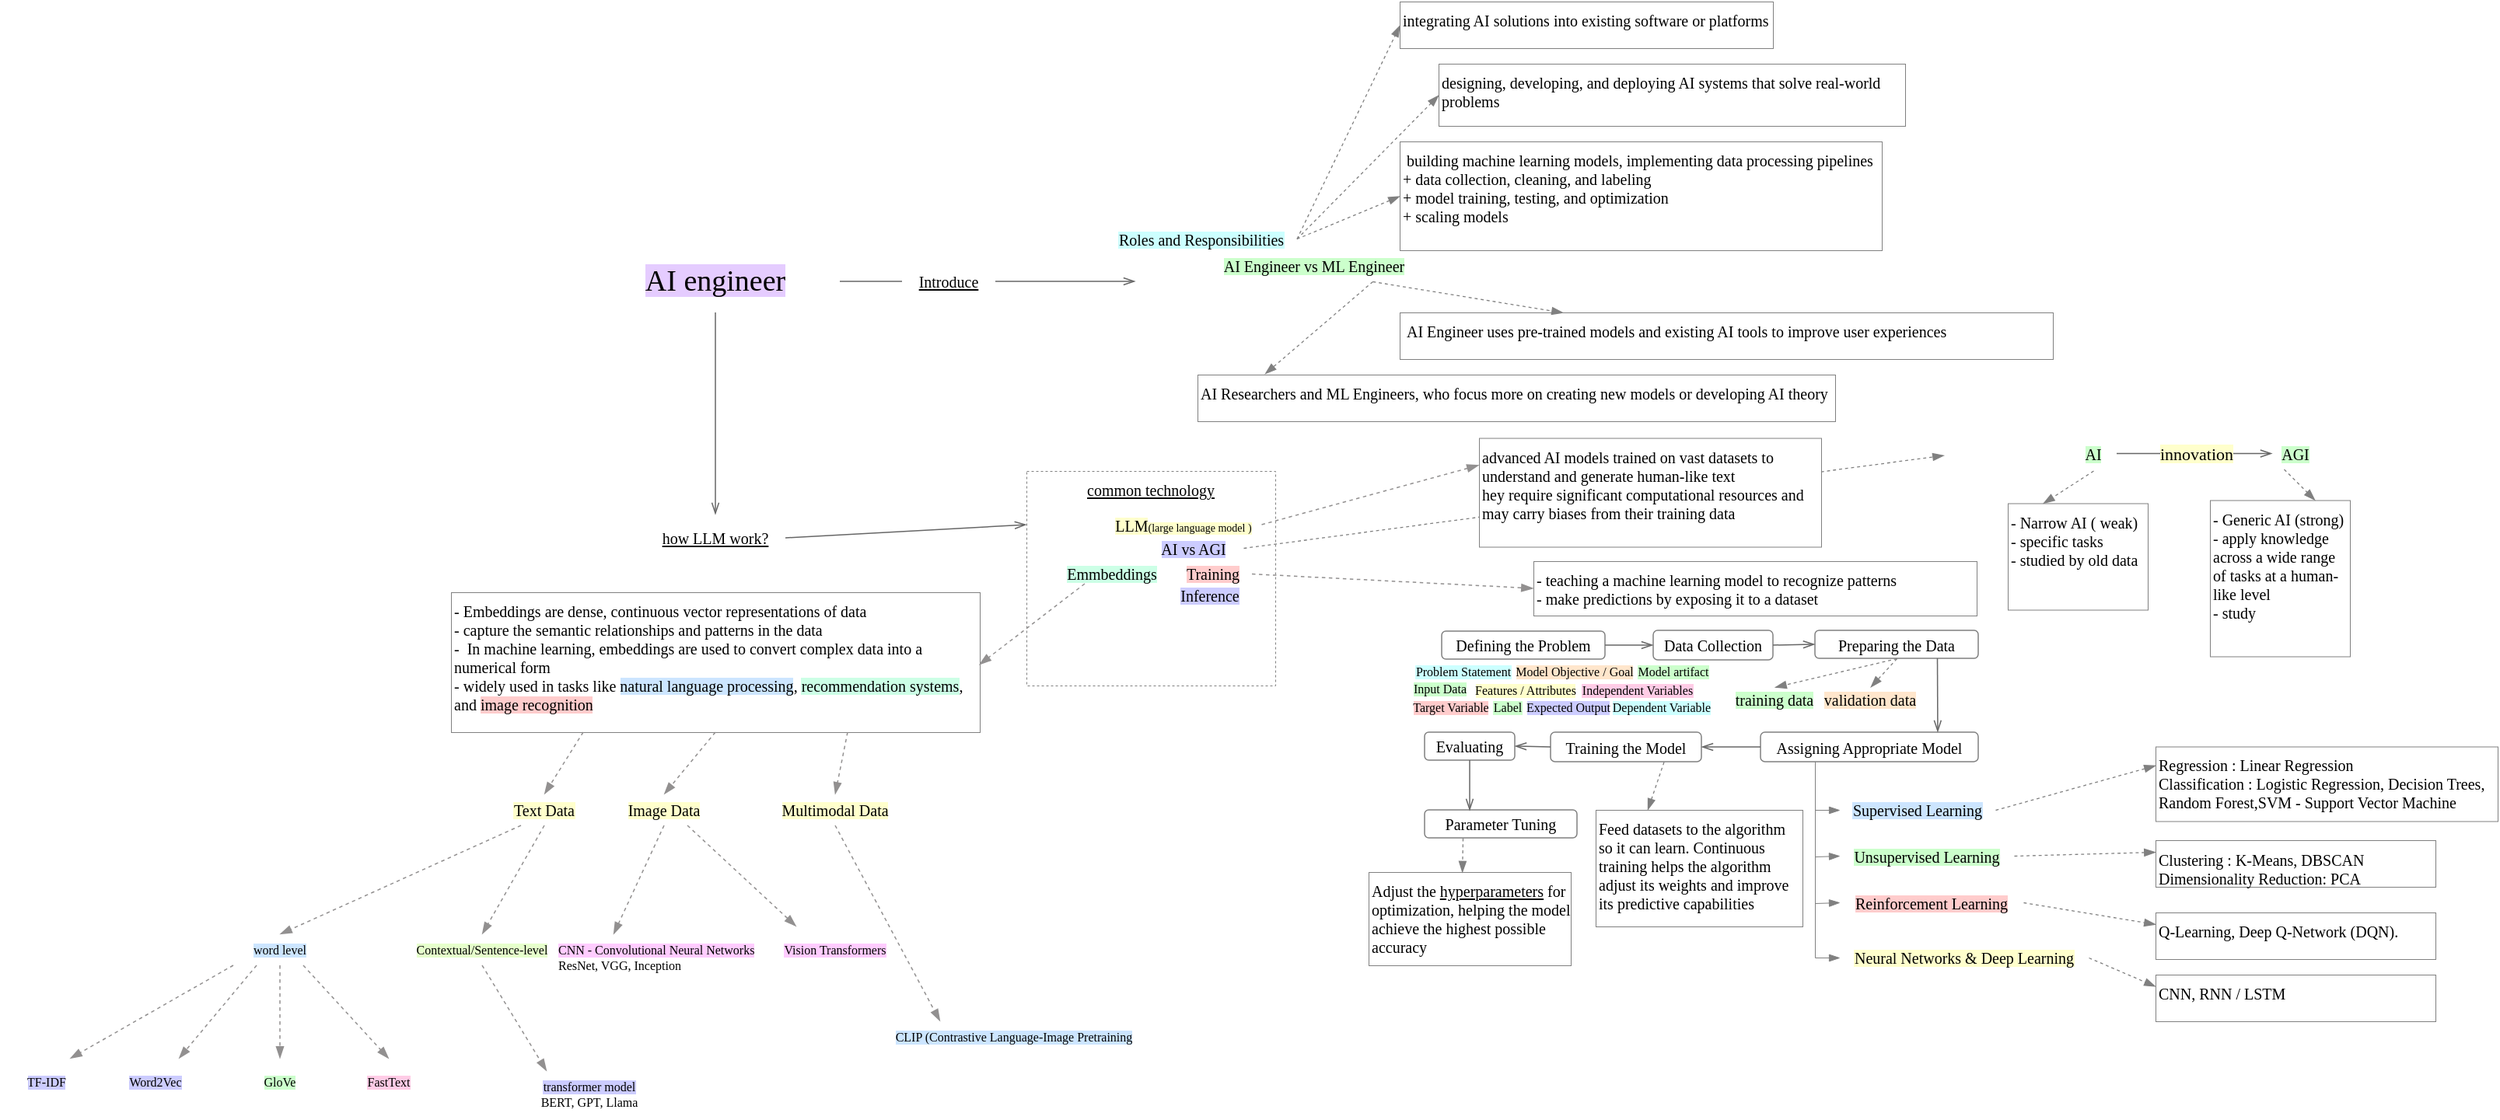
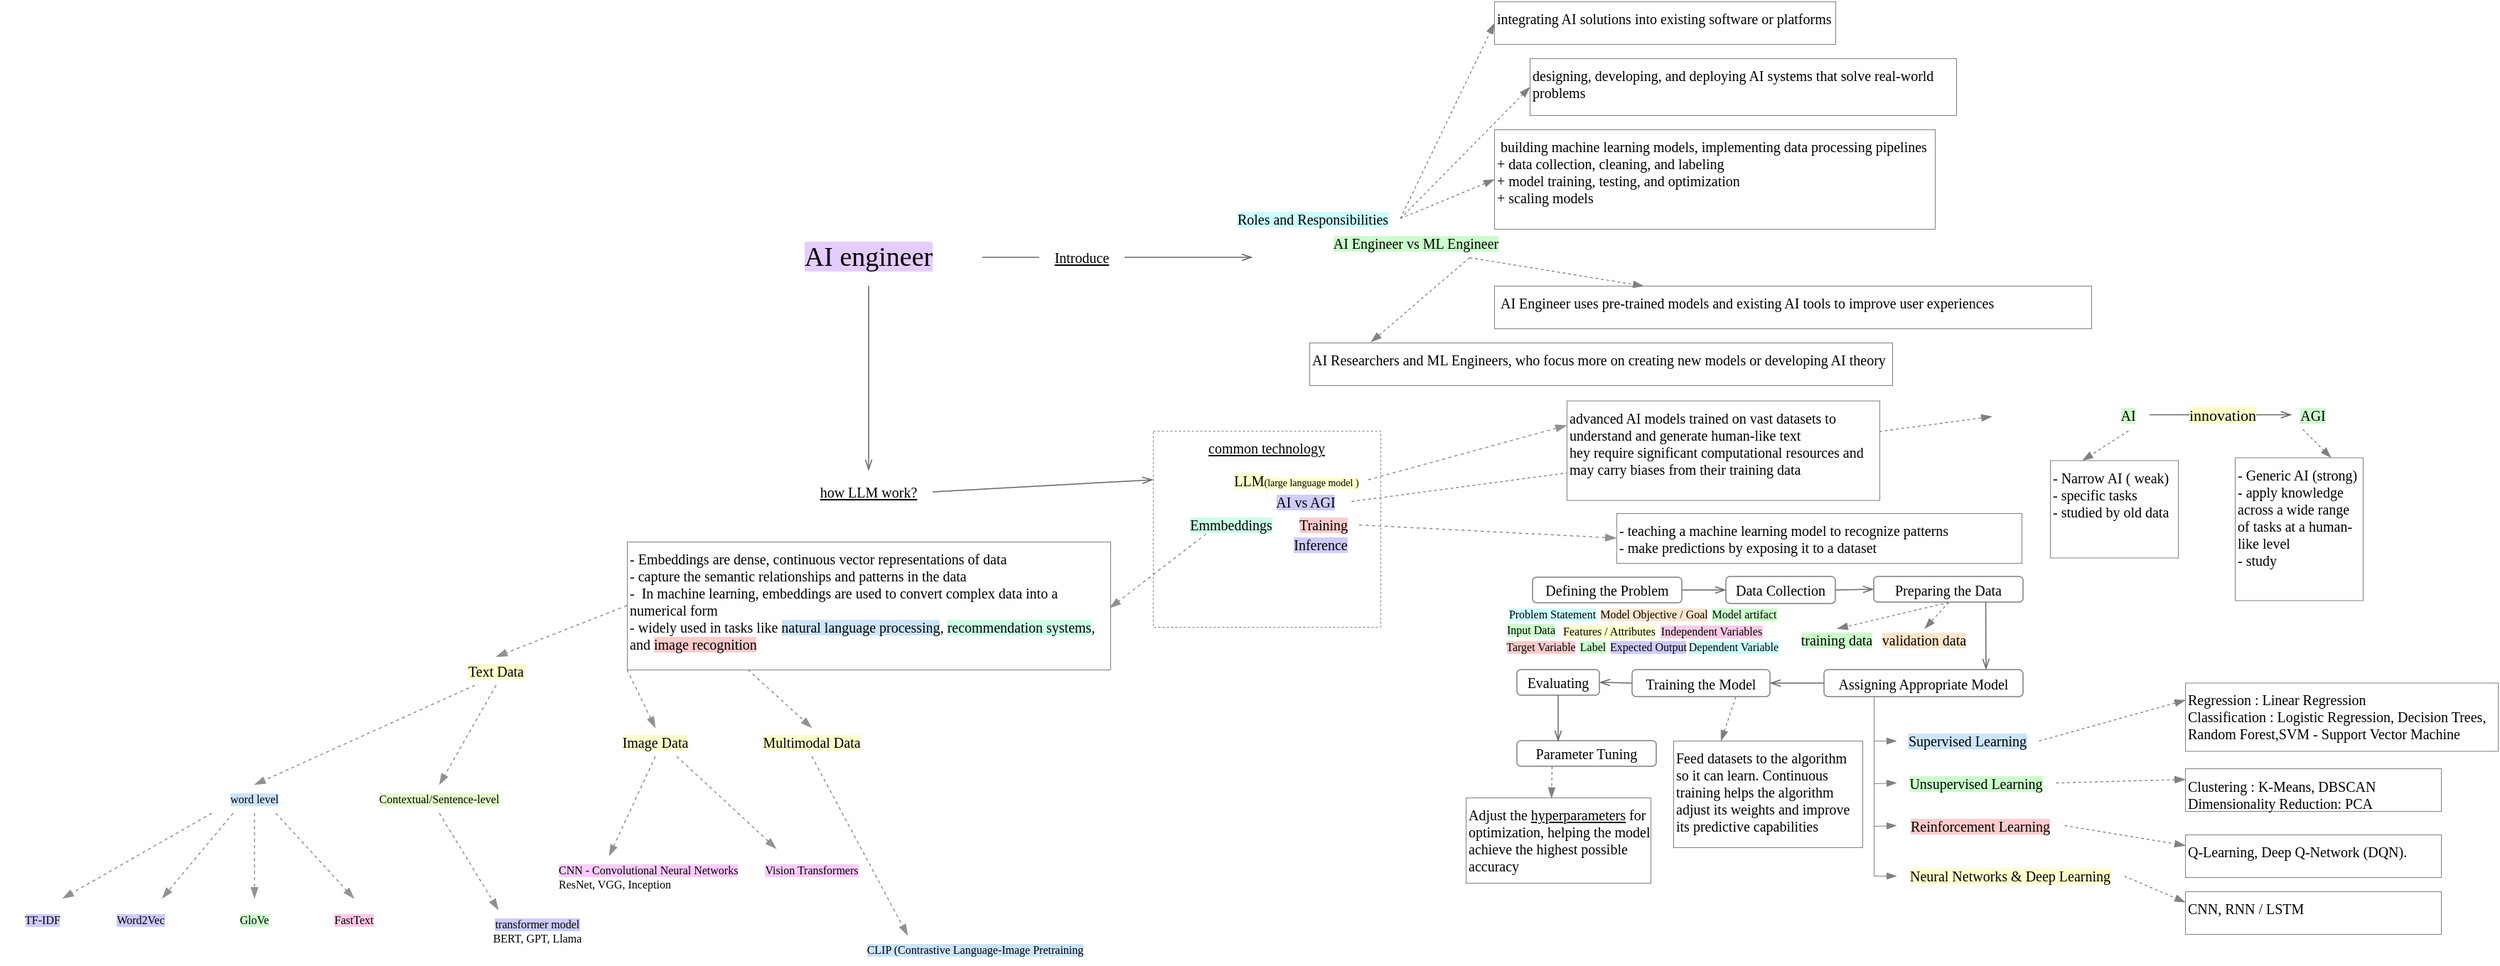
<mxfile host="app.diagrams.net" agent="Mozilla/5.0 (Macintosh; Intel Mac OS X 10_15_7) AppleWebKit/537.36 (KHTML, like Gecko) draw.io/29.3.0 Chrome/140.0.7339.249 Electron/38.7.2 Safari/537.36">
  <diagram name="Page-1" id="n3nyEJ4kgbD7jWuKOy95">
-     <mxGraphModel dx="1922" dy="897" grid="1" gridSize="10" guides="1" tooltips="1" connect="1" arrows="1" fold="1" page="1" pageScale="1" pageWidth="827" pageHeight="1169" math="0" shadow="0">
+     <mxGraphModel dx="2415" dy="741" grid="1" gridSize="10" guides="1" tooltips="1" connect="1" arrows="1" fold="1" page="1" pageScale="1" pageWidth="827" pageHeight="1169" math="0" shadow="0">
      <root>
        <mxCell id="0" />
        <mxCell id="1" parent="0" />
        <mxCell id="48Jv2C9wjBzbgeSbcpPr-1" parent="1" style="text;html=1;whiteSpace=wrap;strokeColor=none;fillColor=none;align=center;verticalAlign=middle;rounded=0;fontFamily=Comic Sans MS;fontSize=19;" value="&lt;span style=&quot;background-color: rgb(229, 204, 255);&quot;&gt;AI engineer&lt;/span&gt;" vertex="1">
          <mxGeometry height="40" width="160" x="400" y="360" as="geometry" />
        </mxCell>
        <mxCell id="48Jv2C9wjBzbgeSbcpPr-3" parent="1" style="text;html=1;whiteSpace=wrap;strokeColor=none;fillColor=none;align=center;verticalAlign=middle;rounded=0;fontFamily=Comic Sans MS;fontSize=10;fontStyle=4" value="how LLM work?" vertex="1">
          <mxGeometry height="30" width="90" x="435" y="530" as="geometry" />
        </mxCell>
        <mxCell id="48Jv2C9wjBzbgeSbcpPr-6" edge="1" parent="1" source="48Jv2C9wjBzbgeSbcpPr-1" style="endArrow=openThin;html=1;rounded=0;strokeWidth=0.75;endFill=0;strokeColor=#666666;exitX=0.5;exitY=1;exitDx=0;exitDy=0;entryX=0.5;entryY=0;entryDx=0;entryDy=0;fontFamily=Comic Sans MS;" target="48Jv2C9wjBzbgeSbcpPr-3" value="">
          <mxGeometry height="50" relative="1" width="50" as="geometry">
            <mxPoint x="390" y="450" as="sourcePoint" />
            <mxPoint x="440" y="400" as="targetPoint" />
          </mxGeometry>
        </mxCell>
        <mxCell id="48Jv2C9wjBzbgeSbcpPr-8" parent="1" style="text;html=1;whiteSpace=wrap;strokeColor=none;fillColor=none;align=center;verticalAlign=middle;rounded=0;fontFamily=Comic Sans MS;fontSize=10;fontStyle=4" value="Introduce" vertex="1">
          <mxGeometry height="30" width="60" x="600" y="365" as="geometry" />
        </mxCell>
        <mxCell id="48Jv2C9wjBzbgeSbcpPr-9" edge="1" parent="1" source="48Jv2C9wjBzbgeSbcpPr-1" style="endArrow=none;html=1;rounded=0;strokeWidth=0.75;endFill=0;strokeColor=#666666;entryX=0;entryY=0.5;entryDx=0;entryDy=0;exitX=1;exitY=0.5;exitDx=0;exitDy=0;fontFamily=Comic Sans MS;" target="48Jv2C9wjBzbgeSbcpPr-8" value="">
          <mxGeometry height="50" relative="1" width="50" as="geometry">
            <mxPoint x="390" y="450" as="sourcePoint" />
            <mxPoint x="440" y="400" as="targetPoint" />
          </mxGeometry>
        </mxCell>
        <mxCell id="48Jv2C9wjBzbgeSbcpPr-11" edge="1" parent="1" source="48Jv2C9wjBzbgeSbcpPr-8" style="endArrow=openThin;html=1;rounded=0;strokeWidth=0.75;endFill=0;strokeColor=#666666;exitX=1;exitY=0.5;exitDx=0;exitDy=0;fontFamily=Comic Sans MS;" value="">
          <mxGeometry height="50" relative="1" width="50" as="geometry">
            <mxPoint x="590" y="450" as="sourcePoint" />
            <mxPoint x="750" y="380" as="targetPoint" />
          </mxGeometry>
        </mxCell>
        <mxCell id="48Jv2C9wjBzbgeSbcpPr-13" parent="1" style="text;html=1;whiteSpace=wrap;strokeColor=none;fillColor=none;align=center;verticalAlign=middle;rounded=0;fontFamily=Comic Sans MS;fontSize=10;" value="&lt;div&gt;&lt;span style=&quot;background-color: rgb(204, 255, 255);&quot;&gt;Roles and Responsibilities&lt;/span&gt;&lt;/div&gt;" vertex="1">
          <mxGeometry height="15" width="122.5" x="731.25" y="345" as="geometry" />
        </mxCell>
        <mxCell id="48Jv2C9wjBzbgeSbcpPr-14" parent="1" style="rounded=0;whiteSpace=wrap;html=1;fontFamily=Comic Sans MS;strokeWidth=0.5;strokeColor=#808080;align=left;verticalAlign=top;fontSize=10;" value="designing, developing, and deploying AI systems that solve real-world problems" vertex="1">
          <mxGeometry height="40" width="300" x="945" y="240" as="geometry" />
        </mxCell>
        <mxCell id="48Jv2C9wjBzbgeSbcpPr-15" parent="1" style="rounded=0;whiteSpace=wrap;html=1;fontFamily=Comic Sans MS;strokeWidth=0.5;strokeColor=#808080;align=left;verticalAlign=top;fontSize=10;" value="&amp;nbsp;building machine learning models, implementing data processing pipelines&lt;div&gt;+&amp;nbsp;data collection, cleaning, and labeling&lt;/div&gt;&lt;div&gt;+&amp;nbsp;model training, testing, and optimization&lt;/div&gt;&lt;div&gt;+&amp;nbsp;scaling models&lt;/div&gt;" vertex="1">
          <mxGeometry height="70" width="310" x="920" y="290" as="geometry" />
        </mxCell>
        <mxCell id="48Jv2C9wjBzbgeSbcpPr-16" parent="1" style="rounded=0;whiteSpace=wrap;html=1;fontFamily=Comic Sans MS;strokeWidth=0.5;strokeColor=#808080;align=left;verticalAlign=top;fontSize=10;" value="integrating AI solutions into existing software or platforms" vertex="1">
          <mxGeometry height="30" width="240" x="920" y="200" as="geometry" />
        </mxCell>
        <mxCell id="48Jv2C9wjBzbgeSbcpPr-17" edge="1" parent="1" source="48Jv2C9wjBzbgeSbcpPr-13" style="endArrow=blockThin;html=1;rounded=0;strokeColor=#808080;endFill=1;strokeWidth=0.65;exitX=1;exitY=0.5;exitDx=0;exitDy=0;entryX=0;entryY=0.5;entryDx=0;entryDy=0;dashed=1;fontFamily=Comic Sans MS;" target="48Jv2C9wjBzbgeSbcpPr-15" value="">
          <mxGeometry height="50" relative="1" width="50" as="geometry">
            <mxPoint x="945" y="330" as="sourcePoint" />
            <mxPoint x="920" y="290" as="targetPoint" />
          </mxGeometry>
        </mxCell>
        <mxCell id="48Jv2C9wjBzbgeSbcpPr-18" edge="1" parent="1" source="48Jv2C9wjBzbgeSbcpPr-13" style="endArrow=blockThin;html=1;rounded=0;strokeColor=#808080;endFill=1;strokeWidth=0.65;exitX=1;exitY=0.5;exitDx=0;exitDy=0;entryX=0;entryY=0.5;entryDx=0;entryDy=0;dashed=1;fontFamily=Comic Sans MS;" target="48Jv2C9wjBzbgeSbcpPr-14" value="">
          <mxGeometry height="50" relative="1" width="50" as="geometry">
            <mxPoint x="945" y="330" as="sourcePoint" />
            <mxPoint x="920" y="290" as="targetPoint" />
          </mxGeometry>
        </mxCell>
        <mxCell id="48Jv2C9wjBzbgeSbcpPr-19" edge="1" parent="1" source="48Jv2C9wjBzbgeSbcpPr-13" style="endArrow=blockThin;html=1;rounded=0;strokeColor=#808080;endFill=1;strokeWidth=0.65;exitX=1;exitY=0.5;exitDx=0;exitDy=0;entryX=0;entryY=0.5;entryDx=0;entryDy=0;dashed=1;fontFamily=Comic Sans MS;" target="48Jv2C9wjBzbgeSbcpPr-16" value="">
          <mxGeometry height="50" relative="1" width="50" as="geometry">
            <mxPoint x="945" y="330" as="sourcePoint" />
            <mxPoint x="920" y="290" as="targetPoint" />
          </mxGeometry>
        </mxCell>
        <mxCell id="48Jv2C9wjBzbgeSbcpPr-20" parent="1" style="text;html=1;whiteSpace=wrap;strokeColor=none;fillColor=none;align=center;verticalAlign=middle;rounded=0;fontFamily=Comic Sans MS;fontSize=10;" value="&lt;span style=&quot;background-color: rgb(204, 255, 204);&quot;&gt;AI Engineer vs ML Engineer&lt;/span&gt;" vertex="1">
          <mxGeometry height="20" width="150" x="790" y="360" as="geometry" />
        </mxCell>
        <mxCell id="48Jv2C9wjBzbgeSbcpPr-21" parent="1" style="rounded=0;whiteSpace=wrap;html=1;fontFamily=Comic Sans MS;strokeWidth=0.5;strokeColor=#808080;align=left;verticalAlign=top;fontSize=10;" value="&amp;nbsp;AI Engineer uses pre-trained models and existing AI tools to improve user experiences" vertex="1">
          <mxGeometry height="30" width="420" x="920" y="400" as="geometry" />
        </mxCell>
        <mxCell id="48Jv2C9wjBzbgeSbcpPr-22" parent="1" style="rounded=0;whiteSpace=wrap;html=1;fontFamily=Comic Sans MS;strokeWidth=0.5;strokeColor=#808080;align=left;verticalAlign=top;fontSize=10;" value="AI Researchers and ML Engineers, who focus more on creating new models or developing AI theory" vertex="1">
          <mxGeometry height="30" width="410" x="790" y="440" as="geometry" />
        </mxCell>
        <mxCell id="48Jv2C9wjBzbgeSbcpPr-23" edge="1" parent="1" source="48Jv2C9wjBzbgeSbcpPr-20" style="endArrow=blockThin;html=1;rounded=0;strokeColor=#808080;endFill=1;strokeWidth=0.65;exitX=0.75;exitY=1;exitDx=0;exitDy=0;entryX=0.25;entryY=0;entryDx=0;entryDy=0;dashed=1;fontFamily=Comic Sans MS;" target="48Jv2C9wjBzbgeSbcpPr-21" value="">
          <mxGeometry height="50" relative="1" width="50" as="geometry">
            <mxPoint x="705" y="330" as="sourcePoint" />
            <mxPoint x="680" y="290" as="targetPoint" />
          </mxGeometry>
        </mxCell>
        <mxCell id="48Jv2C9wjBzbgeSbcpPr-24" edge="1" parent="1" source="48Jv2C9wjBzbgeSbcpPr-20" style="endArrow=blockThin;html=1;rounded=0;strokeColor=#808080;endFill=1;strokeWidth=0.65;exitX=0.75;exitY=1;exitDx=0;exitDy=0;entryX=0.105;entryY=-0.017;entryDx=0;entryDy=0;dashed=1;entryPerimeter=0;fontFamily=Comic Sans MS;" target="48Jv2C9wjBzbgeSbcpPr-22" value="">
          <mxGeometry height="50" relative="1" width="50" as="geometry">
            <mxPoint x="705" y="330" as="sourcePoint" />
            <mxPoint x="680" y="290" as="targetPoint" />
          </mxGeometry>
        </mxCell>
        <mxCell id="48Jv2C9wjBzbgeSbcpPr-25" parent="1" style="rounded=0;whiteSpace=wrap;html=1;fontFamily=Comic Sans MS;strokeWidth=0.5;strokeColor=#808080;align=center;verticalAlign=top;fontSize=10;dashed=1;" value="&lt;u&gt;common technology&lt;/u&gt;&lt;div&gt;&lt;br&gt;&lt;/div&gt;" vertex="1">
          <mxGeometry height="138" width="160" x="680" y="502" as="geometry" />
        </mxCell>
        <mxCell id="48Jv2C9wjBzbgeSbcpPr-27" parent="1" style="text;html=1;whiteSpace=wrap;strokeColor=none;fillColor=none;align=center;verticalAlign=middle;rounded=0;fontFamily=Comic Sans MS;fontSize=10;" value="&lt;span&gt;&lt;span style=&quot;background-color: light-dark(rgb(204, 204, 255), rgb(0, 43, 0));&quot;&gt;AI vs AGI&lt;/span&gt;&lt;br&gt;&lt;/span&gt;" vertex="1">
          <mxGeometry height="10" width="65" x="754.5" y="546.5" as="geometry" />
        </mxCell>
        <mxCell id="48Jv2C9wjBzbgeSbcpPr-28" edge="1" parent="1" source="48Jv2C9wjBzbgeSbcpPr-3" style="endArrow=openThin;html=1;rounded=0;strokeWidth=0.75;endFill=0;strokeColor=#666666;exitX=1;exitY=0.5;exitDx=0;exitDy=0;entryX=0;entryY=0.25;entryDx=0;entryDy=0;fontFamily=Comic Sans MS;" target="48Jv2C9wjBzbgeSbcpPr-25" value="">
          <mxGeometry height="50" relative="1" width="50" as="geometry">
            <mxPoint x="670" y="630" as="sourcePoint" />
            <mxPoint x="720" y="580" as="targetPoint" />
          </mxGeometry>
        </mxCell>
        <mxCell id="48Jv2C9wjBzbgeSbcpPr-31" edge="1" parent="1" source="48Jv2C9wjBzbgeSbcpPr-27" style="endArrow=blockThin;html=1;rounded=0;strokeColor=#808080;endFill=1;strokeWidth=0.65;exitX=1;exitY=0.5;exitDx=0;exitDy=0;dashed=1;fontFamily=Comic Sans MS;entryX=0;entryY=0.5;entryDx=0;entryDy=0;" value="">
          <mxGeometry height="50" relative="1" width="50" as="geometry">
            <mxPoint x="810" y="536" as="sourcePoint" />
            <mxPoint x="1270" y="491.7500000000001" as="targetPoint" />
          </mxGeometry>
        </mxCell>
        <mxCell id="48Jv2C9wjBzbgeSbcpPr-32" parent="1" style="text;html=1;whiteSpace=wrap;strokeColor=none;fillColor=none;align=center;verticalAlign=middle;rounded=0;fontFamily=Comic Sans MS;fontSize=10;" value="&lt;span style=&quot;background-color: rgb(204, 255, 204);&quot;&gt;&lt;span style=&quot;background-color: light-dark(rgb(204, 255, 204), rgb(0, 43, 0));&quot;&gt;AI&lt;/span&gt;&lt;br&gt;&lt;/span&gt;" vertex="1">
          <mxGeometry height="22" width="30" x="1351" y="479.75" as="geometry" />
        </mxCell>
        <mxCell id="48Jv2C9wjBzbgeSbcpPr-34" parent="1" style="text;html=1;whiteSpace=wrap;strokeColor=none;fillColor=none;align=center;verticalAlign=middle;rounded=0;fontFamily=Comic Sans MS;fontSize=10;" value="&lt;span style=&quot;background-color: rgb(204, 255, 204);&quot;&gt;AGI&lt;/span&gt;" vertex="1">
          <mxGeometry height="20" width="30" x="1481" y="480.75" as="geometry" />
        </mxCell>
        <mxCell id="48Jv2C9wjBzbgeSbcpPr-35" edge="1" parent="1" source="48Jv2C9wjBzbgeSbcpPr-32" style="endArrow=openThin;html=1;rounded=0;strokeWidth=0.75;endFill=0;strokeColor=#666666;exitX=1;exitY=0.5;exitDx=0;exitDy=0;fontFamily=Comic Sans MS;" target="48Jv2C9wjBzbgeSbcpPr-34" value="">
          <mxGeometry height="50" relative="1" width="50" as="geometry">
            <mxPoint x="1391" y="612.75" as="sourcePoint" />
            <mxPoint x="1441" y="562.75" as="targetPoint" />
          </mxGeometry>
        </mxCell>
        <mxCell id="48Jv2C9wjBzbgeSbcpPr-36" connectable="0" parent="48Jv2C9wjBzbgeSbcpPr-35" style="edgeLabel;html=1;align=center;verticalAlign=middle;resizable=0;points=[];fontFamily=Comic Sans MS;" value="&lt;span style=&quot;background-color: rgb(255, 255, 204);&quot;&gt;innovation&lt;/span&gt;" vertex="1">
          <mxGeometry relative="1" x="-0.312" as="geometry">
            <mxPoint x="16" as="offset" />
          </mxGeometry>
        </mxCell>
        <mxCell id="48Jv2C9wjBzbgeSbcpPr-37" parent="1" style="rounded=0;whiteSpace=wrap;html=1;fontFamily=Comic Sans MS;strokeWidth=0.5;strokeColor=#808080;align=left;verticalAlign=top;fontSize=10;" value="- Narrow AI ( weak)&lt;div&gt;-&amp;nbsp;specific tasks&lt;/div&gt;&lt;div&gt;- studied by old data&lt;/div&gt;" vertex="1">
          <mxGeometry height="68.5" width="90" x="1311" y="522.75" as="geometry" />
        </mxCell>
        <mxCell id="48Jv2C9wjBzbgeSbcpPr-38" parent="1" style="rounded=0;whiteSpace=wrap;html=1;fontFamily=Comic Sans MS;strokeWidth=0.5;strokeColor=#808080;align=left;verticalAlign=top;fontSize=10;" value="- Generic AI (strong)&lt;div&gt;-&amp;nbsp;apply knowledge across a wide range of tasks at a human-like level&lt;/div&gt;&lt;div&gt;- study&amp;nbsp;&lt;/div&gt;" vertex="1">
          <mxGeometry height="100.5" width="90" x="1441" y="520.75" as="geometry" />
        </mxCell>
        <mxCell id="48Jv2C9wjBzbgeSbcpPr-39" edge="1" parent="1" source="48Jv2C9wjBzbgeSbcpPr-34" style="endArrow=blockThin;html=1;rounded=0;strokeColor=#808080;endFill=1;strokeWidth=0.65;exitX=0.25;exitY=1;exitDx=0;exitDy=0;entryX=0.75;entryY=0;entryDx=0;entryDy=0;dashed=1;" target="48Jv2C9wjBzbgeSbcpPr-38" value="">
          <mxGeometry height="50" relative="1" width="50" as="geometry">
            <mxPoint x="1456" y="580.75" as="sourcePoint" />
            <mxPoint x="1431" y="540.75" as="targetPoint" />
          </mxGeometry>
        </mxCell>
        <mxCell id="48Jv2C9wjBzbgeSbcpPr-41" edge="1" parent="1" source="48Jv2C9wjBzbgeSbcpPr-32" style="endArrow=blockThin;html=1;rounded=0;strokeColor=#808080;endFill=1;strokeWidth=0.65;exitX=0.5;exitY=1;exitDx=0;exitDy=0;entryX=0.25;entryY=0;entryDx=0;entryDy=0;dashed=1;" target="48Jv2C9wjBzbgeSbcpPr-37" value="">
          <mxGeometry height="50" relative="1" width="50" as="geometry">
            <mxPoint x="1456" y="582.75" as="sourcePoint" />
            <mxPoint x="1431" y="542.75" as="targetPoint" />
          </mxGeometry>
        </mxCell>
        <mxCell id="4Kx2ZGOmUHy-jwn0eLsE-1" parent="1" style="text;html=1;whiteSpace=wrap;strokeColor=none;fillColor=none;align=center;verticalAlign=middle;rounded=0;" value="&lt;font face=&quot;Comic Sans MS&quot; style=&quot;background-color: rgb(255, 255, 204); font-size: 10px;&quot;&gt;LLM&lt;/font&gt;&lt;span style=&quot;background-color: rgb(255, 255, 204); font-size: 7px; font-family: &amp;quot;Comic Sans MS&amp;quot;; color: light-dark(rgb(0, 0, 0), rgb(255, 255, 255));&quot;&gt;(large language model )&lt;/span&gt;" vertex="1">
          <mxGeometry height="20" width="100" x="731.25" y="526.5" as="geometry" />
        </mxCell>
        <mxCell id="4Kx2ZGOmUHy-jwn0eLsE-2" parent="1" style="rounded=0;whiteSpace=wrap;html=1;align=left;verticalAlign=top;fontFamily=Comic Sans MS;strokeWidth=0.5;fontSize=10;strokeColor=#808080;" value="&lt;div&gt;&lt;div&gt;&lt;span style=&quot;background-color: transparent;&quot;&gt;advanced AI models trained on vast datasets to understand and generate human-like text&lt;/span&gt;&lt;/div&gt;&lt;/div&gt;&lt;div&gt;&lt;span style=&quot;background-color: transparent;&quot;&gt;hey require significant computational resources and may carry biases from their training data&lt;/span&gt;&lt;/div&gt;" vertex="1">
          <mxGeometry height="70" width="220" x="971" y="480.75" as="geometry" />
        </mxCell>
        <mxCell id="4Kx2ZGOmUHy-jwn0eLsE-3" edge="1" parent="1" source="4Kx2ZGOmUHy-jwn0eLsE-1" style="endArrow=blockThin;html=1;rounded=0;endFill=1;strokeColor=light-dark(#929090, #ededed);strokeWidth=0.75;dashed=1;exitX=1;exitY=0.5;exitDx=0;exitDy=0;entryX=0;entryY=0.25;entryDx=0;entryDy=0;" target="4Kx2ZGOmUHy-jwn0eLsE-2" value="">
          <mxGeometry height="50" relative="1" width="50" as="geometry">
            <mxPoint x="710" y="550" as="sourcePoint" />
            <mxPoint x="760" y="500" as="targetPoint" />
          </mxGeometry>
        </mxCell>
        <mxCell id="4Kx2ZGOmUHy-jwn0eLsE-4" parent="1" style="text;html=1;whiteSpace=wrap;strokeColor=none;fillColor=none;align=center;verticalAlign=middle;rounded=0;fontFamily=Comic Sans MS;fontSize=10;" value="&lt;span&gt;&lt;span style=&quot;background-color: light-dark(rgb(204, 255, 230), rgb(0, 43, 0));&quot;&gt;Emmbeddings&lt;/span&gt;&lt;br&gt;&lt;/span&gt;" vertex="1">
          <mxGeometry height="14" width="70" x="700" y="560.5" as="geometry" />
        </mxCell>
        <mxCell id="4Kx2ZGOmUHy-jwn0eLsE-5" parent="1" style="rounded=0;whiteSpace=wrap;html=1;align=left;verticalAlign=top;fontFamily=Comic Sans MS;strokeWidth=0.5;fontSize=10;strokeColor=#808080;" value="&lt;div&gt;&lt;div&gt;&lt;span style=&quot;background-color: transparent;&quot;&gt;- Embeddings are dense, continuous vector representations of data&lt;/span&gt;&lt;/div&gt;&lt;/div&gt;&lt;div&gt;&lt;span style=&quot;background-color: transparent;&quot;&gt;-&amp;nbsp;&lt;/span&gt;&lt;span style=&quot;background-color: transparent;&quot;&gt;capture the semantic relationships and patterns in the data&lt;/span&gt;&lt;/div&gt;&lt;div&gt;&lt;span style=&quot;background-color: transparent;&quot;&gt;-&amp;nbsp;&lt;/span&gt;&lt;span style=&quot;background-color: transparent;&quot;&gt;&amp;nbsp;In machine learning, embeddings are used to convert complex data into a numerical form&lt;/span&gt;&lt;/div&gt;&lt;div&gt;&lt;span style=&quot;background-color: transparent;&quot;&gt;-&amp;nbsp;&lt;/span&gt;&lt;span style=&quot;background-color: transparent;&quot;&gt;widely used in tasks like &lt;/span&gt;&lt;span style=&quot;background-color: rgb(204, 229, 255);&quot;&gt;natural language processing&lt;/span&gt;&lt;span style=&quot;background-color: transparent;&quot;&gt;, &lt;/span&gt;&lt;span style=&quot;background-color: rgb(204, 255, 230);&quot;&gt;recommendation systems&lt;/span&gt;&lt;span style=&quot;background-color: transparent;&quot;&gt;, and &lt;/span&gt;&lt;span style=&quot;background-color: rgb(255, 204, 204);&quot;&gt;image recognition&lt;/span&gt;&lt;/div&gt;" vertex="1">
          <mxGeometry height="90" width="340" x="310" y="580" as="geometry" />
        </mxCell>
        <mxCell id="4Kx2ZGOmUHy-jwn0eLsE-6" parent="1" style="text;html=1;whiteSpace=wrap;strokeColor=none;fillColor=none;align=center;verticalAlign=middle;rounded=0;fontSize=10;" value="&lt;font face=&quot;Comic Sans MS&quot; style=&quot;background-color: rgb(255, 204, 204);&quot;&gt;Training&lt;/font&gt;" vertex="1">
          <mxGeometry height="13.5" width="50" x="775" y="561.5" as="geometry" />
        </mxCell>
        <mxCell id="4Kx2ZGOmUHy-jwn0eLsE-7" edge="1" parent="1" source="4Kx2ZGOmUHy-jwn0eLsE-4" style="endArrow=blockThin;html=1;rounded=0;endFill=1;strokeColor=light-dark(#929090, #ededed);strokeWidth=0.75;dashed=1;exitX=0.25;exitY=1;exitDx=0;exitDy=0;entryX=0.999;entryY=0.518;entryDx=0;entryDy=0;entryPerimeter=0;" target="4Kx2ZGOmUHy-jwn0eLsE-5" value="">
          <mxGeometry height="50" relative="1" width="50" as="geometry">
            <mxPoint x="620" y="640" as="sourcePoint" />
            <mxPoint x="670" y="590" as="targetPoint" />
          </mxGeometry>
        </mxCell>
        <mxCell id="4Kx2ZGOmUHy-jwn0eLsE-8" parent="1" style="rounded=0;whiteSpace=wrap;html=1;align=left;verticalAlign=top;fontFamily=Comic Sans MS;strokeWidth=0.5;fontSize=10;strokeColor=#808080;" value="&lt;div&gt;&lt;span style=&quot;background-color: transparent; color: light-dark(rgb(0, 0, 0), rgb(255, 255, 255));&quot;&gt;-&amp;nbsp;teaching a machine learning model to recognize patterns&lt;/span&gt;&lt;/div&gt;&lt;div&gt;-&amp;nbsp;make predictions by exposing it to a dataset&lt;/div&gt;" vertex="1">
          <mxGeometry height="35" width="285" x="1006" y="560" as="geometry" />
        </mxCell>
        <mxCell id="4Kx2ZGOmUHy-jwn0eLsE-10" edge="1" parent="1" source="4Kx2ZGOmUHy-jwn0eLsE-6" style="endArrow=blockThin;html=1;rounded=0;endFill=1;strokeColor=light-dark(#929090, #ededed);strokeWidth=0.75;dashed=1;exitX=1;exitY=0.5;exitDx=0;exitDy=0;entryX=0;entryY=0.5;entryDx=0;entryDy=0;" target="4Kx2ZGOmUHy-jwn0eLsE-8" value="">
          <mxGeometry height="50" relative="1" width="50" as="geometry">
            <mxPoint x="950" y="590" as="sourcePoint" />
            <mxPoint x="1000" y="540" as="targetPoint" />
          </mxGeometry>
        </mxCell>
        <mxCell id="4Kx2ZGOmUHy-jwn0eLsE-11" parent="1" style="text;html=1;whiteSpace=wrap;strokeColor=none;fillColor=none;align=center;verticalAlign=middle;rounded=0;fontSize=10;" value="&lt;font face=&quot;Comic Sans MS&quot; style=&quot;background-color: rgb(255, 255, 204);&quot;&gt;Text Data&lt;/font&gt;" vertex="1">
-           <mxGeometry height="20" width="60" x="340" y="710" as="geometry" />
+           <mxGeometry height="20" width="60" x="188" y="661" as="geometry" />
        </mxCell>
        <mxCell id="4Kx2ZGOmUHy-jwn0eLsE-12" parent="1" style="text;html=1;whiteSpace=wrap;strokeColor=none;fillColor=none;align=center;verticalAlign=middle;rounded=0;fontSize=10;" value="&lt;font face=&quot;Comic Sans MS&quot; style=&quot;background-color: rgb(255, 255, 204);&quot;&gt;Image Data&lt;/font&gt;" vertex="1">
-           <mxGeometry height="20" width="60" x="417" y="710" as="geometry" />
+           <mxGeometry height="20" width="60" x="300" y="711" as="geometry" />
        </mxCell>
        <mxCell id="4Kx2ZGOmUHy-jwn0eLsE-13" parent="1" style="text;html=1;whiteSpace=wrap;strokeColor=none;fillColor=none;align=center;verticalAlign=middle;rounded=0;fontSize=10;" value="&lt;font face=&quot;Comic Sans MS&quot; style=&quot;background-color: rgb(255, 255, 204);&quot;&gt;Multimodal&amp;nbsp;Data&lt;/font&gt;" vertex="1">
-           <mxGeometry height="20" width="60" x="527" y="710" as="geometry" />
-         </mxCell>
-         <mxCell id="4Kx2ZGOmUHy-jwn0eLsE-14" edge="1" parent="1" source="4Kx2ZGOmUHy-jwn0eLsE-5" style="endArrow=blockThin;html=1;rounded=0;endFill=1;strokeColor=light-dark(#929090, #ededed);strokeWidth=0.75;dashed=1;entryX=0.5;entryY=0;entryDx=0;entryDy=0;exitX=0.75;exitY=1;exitDx=0;exitDy=0;" target="4Kx2ZGOmUHy-jwn0eLsE-13" value="">
+           <mxGeometry height="20" width="60" x="410" y="711" as="geometry" />
+         </mxCell>
+         <mxCell id="4Kx2ZGOmUHy-jwn0eLsE-14" edge="1" parent="1" source="4Kx2ZGOmUHy-jwn0eLsE-5" style="endArrow=blockThin;html=1;rounded=0;endFill=1;strokeColor=light-dark(#929090, #ededed);strokeWidth=0.75;dashed=1;entryX=0.5;entryY=0;entryDx=0;entryDy=0;exitX=0.25;exitY=1;exitDx=0;exitDy=0;" target="4Kx2ZGOmUHy-jwn0eLsE-13" value="">
          <mxGeometry height="50" relative="1" width="50" as="geometry">
            <mxPoint x="410" y="700" as="sourcePoint" />
            <mxPoint x="460" y="650" as="targetPoint" />
          </mxGeometry>
        </mxCell>
-         <mxCell id="4Kx2ZGOmUHy-jwn0eLsE-15" edge="1" parent="1" source="4Kx2ZGOmUHy-jwn0eLsE-5" style="endArrow=blockThin;html=1;rounded=0;endFill=1;strokeColor=light-dark(#929090, #ededed);strokeWidth=0.75;dashed=1;entryX=0.5;entryY=0;entryDx=0;entryDy=0;exitX=0.5;exitY=1;exitDx=0;exitDy=0;" target="4Kx2ZGOmUHy-jwn0eLsE-12" value="">
+         <mxCell id="4Kx2ZGOmUHy-jwn0eLsE-15" edge="1" parent="1" source="4Kx2ZGOmUHy-jwn0eLsE-5" style="endArrow=blockThin;html=1;rounded=0;endFill=1;strokeColor=light-dark(#929090, #ededed);strokeWidth=0.75;dashed=1;entryX=0.5;entryY=0;entryDx=0;entryDy=0;exitX=0;exitY=1;exitDx=0;exitDy=0;" target="4Kx2ZGOmUHy-jwn0eLsE-12" value="">
          <mxGeometry height="50" relative="1" width="50" as="geometry">
            <mxPoint x="410" y="700" as="sourcePoint" />
            <mxPoint x="460" y="650" as="targetPoint" />
          </mxGeometry>
        </mxCell>
-         <mxCell id="4Kx2ZGOmUHy-jwn0eLsE-16" edge="1" parent="1" source="4Kx2ZGOmUHy-jwn0eLsE-5" style="endArrow=blockThin;html=1;rounded=0;endFill=1;strokeColor=light-dark(#929090, #ededed);strokeWidth=0.75;dashed=1;entryX=0.5;entryY=0;entryDx=0;entryDy=0;exitX=0.25;exitY=1;exitDx=0;exitDy=0;" target="4Kx2ZGOmUHy-jwn0eLsE-11" value="">
+         <mxCell id="4Kx2ZGOmUHy-jwn0eLsE-16" edge="1" parent="1" source="4Kx2ZGOmUHy-jwn0eLsE-5" style="endArrow=blockThin;html=1;rounded=0;endFill=1;strokeColor=light-dark(#929090, #ededed);strokeWidth=0.75;dashed=1;entryX=0.5;entryY=0;entryDx=0;entryDy=0;exitX=0;exitY=0.5;exitDx=0;exitDy=0;" target="4Kx2ZGOmUHy-jwn0eLsE-11" value="">
          <mxGeometry height="50" relative="1" width="50" as="geometry">
            <mxPoint x="410" y="700" as="sourcePoint" />
            <mxPoint x="460" y="650" as="targetPoint" />
          </mxGeometry>
        </mxCell>
        <mxCell id="4Kx2ZGOmUHy-jwn0eLsE-17" parent="1" style="text;html=1;whiteSpace=wrap;strokeColor=none;fillColor=none;align=center;verticalAlign=middle;rounded=0;fontSize=8;" value="&lt;font face=&quot;Comic Sans MS&quot; style=&quot;background-color: rgb(204, 229, 255);&quot;&gt;word level&lt;/font&gt;" vertex="1">
-           <mxGeometry height="20" width="60" x="170" y="800" as="geometry" />
+           <mxGeometry height="20" width="60" x="18" y="751" as="geometry" />
        </mxCell>
        <mxCell id="4Kx2ZGOmUHy-jwn0eLsE-18" parent="1" style="text;html=1;whiteSpace=wrap;strokeColor=none;fillColor=none;align=center;verticalAlign=middle;rounded=0;fontSize=8;fontStyle=0" value="&lt;font face=&quot;Comic Sans MS&quot; style=&quot;background-color: rgb(204, 204, 255);&quot;&gt;Word2Vec&lt;/font&gt;" vertex="1">
-           <mxGeometry height="30" width="60" x="90" y="879.9999999999995" as="geometry" />
+           <mxGeometry height="30" width="60" x="-62" y="830.9999999999995" as="geometry" />
        </mxCell>
        <mxCell id="4Kx2ZGOmUHy-jwn0eLsE-19" parent="1" style="text;html=1;whiteSpace=wrap;strokeColor=none;fillColor=none;align=center;verticalAlign=middle;rounded=0;fontSize=8;fontStyle=0" value="&lt;font face=&quot;Comic Sans MS&quot; style=&quot;background-color: rgb(204, 255, 204);&quot;&gt;GloVe&lt;/font&gt;" vertex="1">
-           <mxGeometry height="30" width="60" x="170" y="879.9999999999995" as="geometry" />
+           <mxGeometry height="30" width="60" x="18" y="830.9999999999995" as="geometry" />
        </mxCell>
        <mxCell id="4Kx2ZGOmUHy-jwn0eLsE-20" parent="1" style="text;html=1;whiteSpace=wrap;strokeColor=none;fillColor=none;align=center;verticalAlign=middle;rounded=0;fontSize=8;fontStyle=0" value="&lt;font face=&quot;Comic Sans MS&quot; style=&quot;background-color: rgb(255, 204, 230);&quot;&gt;FastText&lt;/font&gt;" vertex="1">
-           <mxGeometry height="30" width="60" x="240" y="879.9999999999995" as="geometry" />
+           <mxGeometry height="30" width="60" x="88" y="830.9999999999995" as="geometry" />
        </mxCell>
        <mxCell id="4Kx2ZGOmUHy-jwn0eLsE-21" edge="1" parent="1" source="4Kx2ZGOmUHy-jwn0eLsE-17" style="endArrow=blockThin;html=1;rounded=0;endFill=1;strokeColor=light-dark(#929090, #ededed);strokeWidth=0.75;dashed=1;exitX=0.75;exitY=1;exitDx=0;exitDy=0;entryX=0.5;entryY=0;entryDx=0;entryDy=0;fontSize=8;" target="4Kx2ZGOmUHy-jwn0eLsE-20" value="">
          <mxGeometry height="50" relative="1" width="50" as="geometry">
-             <mxPoint x="270" y="840" as="sourcePoint" />
-             <mxPoint x="320" y="790" as="targetPoint" />
+             <mxPoint x="118" y="791" as="sourcePoint" />
+             <mxPoint x="168" y="741" as="targetPoint" />
          </mxGeometry>
        </mxCell>
        <mxCell id="4Kx2ZGOmUHy-jwn0eLsE-22" edge="1" parent="1" source="4Kx2ZGOmUHy-jwn0eLsE-17" style="endArrow=blockThin;html=1;rounded=0;endFill=1;strokeColor=light-dark(#929090, #ededed);strokeWidth=0.75;dashed=1;exitX=0.5;exitY=1;exitDx=0;exitDy=0;fontSize=8;" target="4Kx2ZGOmUHy-jwn0eLsE-19" value="">
          <mxGeometry height="50" relative="1" width="50" as="geometry">
-             <mxPoint x="240" y="840" as="sourcePoint" />
-             <mxPoint x="295" y="900" as="targetPoint" />
+             <mxPoint x="88" y="791" as="sourcePoint" />
+             <mxPoint x="143" y="851" as="targetPoint" />
          </mxGeometry>
        </mxCell>
        <mxCell id="4Kx2ZGOmUHy-jwn0eLsE-23" edge="1" parent="1" source="4Kx2ZGOmUHy-jwn0eLsE-17" style="endArrow=blockThin;html=1;rounded=0;endFill=1;strokeColor=light-dark(#929090, #ededed);strokeWidth=0.75;dashed=1;exitX=0.25;exitY=1;exitDx=0;exitDy=0;entryX=0.75;entryY=0;entryDx=0;entryDy=0;fontSize=8;" target="4Kx2ZGOmUHy-jwn0eLsE-18" value="">
          <mxGeometry height="50" relative="1" width="50" as="geometry">
-             <mxPoint x="190" y="830" as="sourcePoint" />
-             <mxPoint x="190" y="890" as="targetPoint" />
+             <mxPoint x="38" y="781" as="sourcePoint" />
+             <mxPoint x="38" y="841" as="targetPoint" />
          </mxGeometry>
        </mxCell>
        <mxCell id="4Kx2ZGOmUHy-jwn0eLsE-24" parent="1" style="text;html=1;whiteSpace=wrap;strokeColor=none;fillColor=none;align=center;verticalAlign=middle;rounded=0;fontSize=8;" value="&lt;font face=&quot;Comic Sans MS&quot; style=&quot;background-color: rgb(230, 255, 204);&quot;&gt;Contextual/Sentence-level&lt;/font&gt;" vertex="1">
-           <mxGeometry height="20" width="140" x="260" y="800" as="geometry" />
+           <mxGeometry height="20" width="140" x="108" y="751" as="geometry" />
        </mxCell>
        <mxCell id="4Kx2ZGOmUHy-jwn0eLsE-25" parent="1" style="text;html=1;whiteSpace=wrap;strokeColor=none;fillColor=none;align=center;verticalAlign=middle;rounded=0;fontSize=8;" value="&lt;font face=&quot;Comic Sans MS&quot;&gt;&lt;span style=&quot;background-color: rgb(204, 204, 255);&quot;&gt;transformer model&lt;/span&gt;&lt;br&gt;&lt;font&gt;BERT, GPT, Llama&lt;/font&gt;&lt;/font&gt;" vertex="1">
-           <mxGeometry height="30" width="110" x="344" y="888" as="geometry" />
+           <mxGeometry height="30" width="110" x="192" y="839" as="geometry" />
        </mxCell>
        <mxCell id="4Kx2ZGOmUHy-jwn0eLsE-26" edge="1" parent="1" source="4Kx2ZGOmUHy-jwn0eLsE-24" style="endArrow=blockThin;html=1;rounded=0;endFill=1;strokeColor=light-dark(#929090, #ededed);strokeWidth=0.75;dashed=1;entryX=0.25;entryY=0;entryDx=0;entryDy=0;exitX=0.5;exitY=1;exitDx=0;exitDy=0;fontSize=8;" target="4Kx2ZGOmUHy-jwn0eLsE-25" value="">
          <mxGeometry height="50" relative="1" width="50" as="geometry">
-             <mxPoint x="360" y="890" as="sourcePoint" />
-             <mxPoint x="410" y="840" as="targetPoint" />
+             <mxPoint x="208" y="841" as="sourcePoint" />
+             <mxPoint x="258" y="791" as="targetPoint" />
          </mxGeometry>
        </mxCell>
        <mxCell id="4Kx2ZGOmUHy-jwn0eLsE-27" edge="1" parent="1" source="4Kx2ZGOmUHy-jwn0eLsE-11" style="endArrow=blockThin;html=1;rounded=0;endFill=1;strokeColor=light-dark(#929090, #ededed);strokeWidth=0.75;dashed=1;exitX=0.25;exitY=1;exitDx=0;exitDy=0;entryX=0.5;entryY=0;entryDx=0;entryDy=0;" target="4Kx2ZGOmUHy-jwn0eLsE-17" value="">
          <mxGeometry height="50" relative="1" width="50" as="geometry">
-             <mxPoint x="330" y="900" as="sourcePoint" />
-             <mxPoint x="380" y="850" as="targetPoint" />
+             <mxPoint x="178" y="851" as="sourcePoint" />
+             <mxPoint x="228" y="801" as="targetPoint" />
          </mxGeometry>
        </mxCell>
        <mxCell id="4Kx2ZGOmUHy-jwn0eLsE-28" edge="1" parent="1" source="4Kx2ZGOmUHy-jwn0eLsE-11" style="endArrow=blockThin;html=1;rounded=0;endFill=1;strokeColor=light-dark(#929090, #ededed);strokeWidth=0.75;dashed=1;entryX=0.5;entryY=0;entryDx=0;entryDy=0;exitX=0.5;exitY=1;exitDx=0;exitDy=0;" target="4Kx2ZGOmUHy-jwn0eLsE-24" value="">
          <mxGeometry height="50" relative="1" width="50" as="geometry">
-             <mxPoint x="330" y="900" as="sourcePoint" />
-             <mxPoint x="380" y="850" as="targetPoint" />
+             <mxPoint x="178" y="851" as="sourcePoint" />
+             <mxPoint x="228" y="801" as="targetPoint" />
          </mxGeometry>
        </mxCell>
        <mxCell id="4Kx2ZGOmUHy-jwn0eLsE-29" parent="1" style="text;html=1;whiteSpace=wrap;strokeColor=none;fillColor=none;align=left;verticalAlign=middle;rounded=0;fontSize=8;" value="&lt;font face=&quot;Comic Sans MS&quot;&gt;&lt;span style=&quot;background-color: rgb(255, 204, 255);&quot;&gt;CNN - Convolutional Neural Networks&lt;/span&gt;&lt;br&gt;&lt;span&gt;ResNet, VGG, Inception&lt;/span&gt;&lt;/font&gt;" vertex="1">
-           <mxGeometry height="30" width="150" x="377" y="800" as="geometry" />
+           <mxGeometry height="30" width="150" x="260" y="801" as="geometry" />
        </mxCell>
        <mxCell id="4Kx2ZGOmUHy-jwn0eLsE-30" parent="1" style="text;html=1;whiteSpace=wrap;strokeColor=none;fillColor=none;align=center;verticalAlign=middle;rounded=0;fontSize=8;" value="&lt;font face=&quot;Comic Sans MS&quot; style=&quot;background-color: rgb(255, 204, 255);&quot;&gt;Vision Transformers&lt;/font&gt;" vertex="1">
-           <mxGeometry height="30" width="100" x="507" y="795" as="geometry" />
+           <mxGeometry height="30" width="100" x="390" y="796" as="geometry" />
        </mxCell>
        <mxCell id="4Kx2ZGOmUHy-jwn0eLsE-31" edge="1" parent="1" source="4Kx2ZGOmUHy-jwn0eLsE-12" style="endArrow=blockThin;html=1;rounded=0;endFill=1;strokeColor=light-dark(#929090, #ededed);strokeWidth=0.75;dashed=1;exitX=0.5;exitY=1;exitDx=0;exitDy=0;entryX=0.25;entryY=0;entryDx=0;entryDy=0;" target="4Kx2ZGOmUHy-jwn0eLsE-29" value="">
          <mxGeometry height="50" relative="1" width="50" as="geometry">
-             <mxPoint x="367" y="890" as="sourcePoint" />
-             <mxPoint x="417" y="840" as="targetPoint" />
+             <mxPoint x="250" y="891" as="sourcePoint" />
+             <mxPoint x="300" y="841" as="targetPoint" />
          </mxGeometry>
        </mxCell>
        <mxCell id="4Kx2ZGOmUHy-jwn0eLsE-32" edge="1" parent="1" source="4Kx2ZGOmUHy-jwn0eLsE-12" style="endArrow=blockThin;html=1;rounded=0;endFill=1;strokeColor=light-dark(#929090, #ededed);strokeWidth=0.75;dashed=1;entryX=0.25;entryY=0;entryDx=0;entryDy=0;exitX=0.75;exitY=1;exitDx=0;exitDy=0;" target="4Kx2ZGOmUHy-jwn0eLsE-30" value="">
          <mxGeometry height="50" relative="1" width="50" as="geometry">
-             <mxPoint x="367" y="890" as="sourcePoint" />
-             <mxPoint x="417" y="840" as="targetPoint" />
+             <mxPoint x="250" y="891" as="sourcePoint" />
+             <mxPoint x="300" y="841" as="targetPoint" />
          </mxGeometry>
        </mxCell>
        <mxCell id="4Kx2ZGOmUHy-jwn0eLsE-33" parent="1" style="text;html=1;whiteSpace=wrap;strokeColor=none;fillColor=none;align=center;verticalAlign=middle;rounded=0;fontSize=8;" value="&lt;font face=&quot;Comic Sans MS&quot; style=&quot;background-color: rgb(204, 229, 255);&quot;&gt;CLIP (Contrastive Language-Image Pretraining&lt;/font&gt;" vertex="1">
-           <mxGeometry height="20" width="190" x="577" y="856" as="geometry" />
+           <mxGeometry height="20" width="190" x="460" y="857" as="geometry" />
        </mxCell>
        <mxCell id="4Kx2ZGOmUHy-jwn0eLsE-34" edge="1" parent="1" source="4Kx2ZGOmUHy-jwn0eLsE-13" style="endArrow=blockThin;html=1;rounded=0;endFill=1;strokeColor=light-dark(#929090, #ededed);strokeWidth=0.75;dashed=1;entryX=0.25;entryY=0;entryDx=0;entryDy=0;exitX=0.5;exitY=1;exitDx=0;exitDy=0;" target="4Kx2ZGOmUHy-jwn0eLsE-33" value="">
          <mxGeometry height="50" relative="1" width="50" as="geometry">
-             <mxPoint x="347" y="780" as="sourcePoint" />
-             <mxPoint x="397" y="730" as="targetPoint" />
+             <mxPoint x="230" y="781" as="sourcePoint" />
+             <mxPoint x="280" y="731" as="targetPoint" />
          </mxGeometry>
        </mxCell>
        <mxCell id="4Kx2ZGOmUHy-jwn0eLsE-35" parent="1" style="text;html=1;whiteSpace=wrap;strokeColor=none;fillColor=none;align=center;verticalAlign=middle;rounded=0;fontSize=8;fontStyle=0" value="&lt;font face=&quot;Comic Sans MS&quot; style=&quot;background-color: rgb(204, 204, 255);&quot;&gt;TF-IDF&lt;/font&gt;" vertex="1">
-           <mxGeometry height="30" width="60" x="20" y="880" as="geometry" />
-         </mxCell>
-         <mxCell id="4Kx2ZGOmUHy-jwn0eLsE-36" edge="1" parent="1" source="4Kx2ZGOmUHy-jwn0eLsE-17" style="endArrow=blockThin;html=1;rounded=0;endFill=1;strokeColor=light-dark(#929090, #ededed);strokeWidth=0.75;dashed=1;exitX=0;exitY=1;exitDx=0;exitDy=0;entryX=0.75;entryY=0;entryDx=0;entryDy=0;" target="4Kx2ZGOmUHy-jwn0eLsE-35" value="">
-           <mxGeometry height="50" relative="1" width="50" as="geometry">
-             <mxPoint x="140" y="780" as="sourcePoint" />
-             <mxPoint x="190" y="730" as="targetPoint" />
+           <mxGeometry height="30" width="60" x="-131" y="831" as="geometry" />
+         </mxCell>
+         <mxCell id="4Kx2ZGOmUHy-jwn0eLsE-36" edge="1" parent="1" source="4Kx2ZGOmUHy-jwn0eLsE-17" style="endArrow=blockThin;html=1;rounded=0;endFill=1;strokeColor=light-dark(#929090, #ededed);strokeWidth=0.75;dashed=1;exitX=0;exitY=1;exitDx=0;exitDy=0;entryX=0.75;entryY=0;entryDx=0;entryDy=0;" value="">
+           <mxGeometry height="50" relative="1" width="50" as="geometry">
+             <mxPoint x="-12" y="731" as="sourcePoint" />
+             <mxPoint x="-87" y="831" as="targetPoint" />
          </mxGeometry>
        </mxCell>
        <mxCell id="V7DRn1bYesRj_FAgbpVT-1" parent="1" style="rounded=1;whiteSpace=wrap;html=1;strokeColor=#808080;fontFamily=Comic Sans MS;strokeWidth=0.75;fontSize=10;" value="Defining the Problem" vertex="1">
          <mxGeometry height="18" width="105" x="947" y="605" as="geometry" />
        </mxCell>
        <mxCell id="V7DRn1bYesRj_FAgbpVT-5" parent="1" style="rounded=1;whiteSpace=wrap;html=1;strokeColor=#808080;fontFamily=Comic Sans MS;strokeWidth=0.75;fontSize=10;" value="Data Collection" vertex="1">
          <mxGeometry height="19" width="77" x="1083" y="604.5" as="geometry" />
        </mxCell>
        <mxCell id="V7DRn1bYesRj_FAgbpVT-7" parent="1" style="rounded=1;whiteSpace=wrap;html=1;strokeColor=#808080;fontFamily=Comic Sans MS;strokeWidth=0.75;fontSize=10;" value="Preparing the Data" vertex="1">
          <mxGeometry height="18" width="105" x="1187" y="604.5" as="geometry" />
        </mxCell>
        <mxCell id="V7DRn1bYesRj_FAgbpVT-8" parent="1" style="rounded=1;whiteSpace=wrap;html=1;strokeColor=#808080;fontFamily=Comic Sans MS;strokeWidth=0.75;fontSize=10;" value="Assigning Appropriate Model" vertex="1">
          <mxGeometry height="19" width="140" x="1152" y="670" as="geometry" />
        </mxCell>
        <mxCell id="V7DRn1bYesRj_FAgbpVT-9" parent="1" style="rounded=1;whiteSpace=wrap;html=1;strokeColor=#808080;fontFamily=Comic Sans MS;strokeWidth=0.75;fontSize=10;" value="Training the Model" vertex="1">
          <mxGeometry height="19" width="97" x="1017" y="670" as="geometry" />
        </mxCell>
        <mxCell id="V7DRn1bYesRj_FAgbpVT-10" parent="1" style="rounded=1;whiteSpace=wrap;html=1;strokeColor=#808080;fontFamily=Comic Sans MS;strokeWidth=0.75;fontSize=10;" value="Evaluating" vertex="1">
          <mxGeometry height="18" width="58" x="936" y="670" as="geometry" />
        </mxCell>
        <mxCell id="V7DRn1bYesRj_FAgbpVT-11" parent="1" style="rounded=1;whiteSpace=wrap;html=1;strokeColor=#808080;fontFamily=Comic Sans MS;strokeWidth=0.75;fontSize=10;" value="Parameter Tuning" vertex="1">
          <mxGeometry height="18" width="98" x="936" y="720" as="geometry" />
        </mxCell>
        <mxCell id="V7DRn1bYesRj_FAgbpVT-12" edge="1" parent="1" source="V7DRn1bYesRj_FAgbpVT-1" style="endArrow=openThin;html=1;rounded=0;strokeWidth=0.75;endFill=0;strokeColor=#666666;entryX=0;entryY=0.5;entryDx=0;entryDy=0;exitX=1;exitY=0.5;exitDx=0;exitDy=0;" target="V7DRn1bYesRj_FAgbpVT-5" value="">
          <mxGeometry height="50" relative="1" width="50" as="geometry">
            <mxPoint x="1021" y="695" as="sourcePoint" />
            <mxPoint x="1071" y="645" as="targetPoint" />
          </mxGeometry>
        </mxCell>
        <mxCell id="V7DRn1bYesRj_FAgbpVT-13" edge="1" parent="1" source="V7DRn1bYesRj_FAgbpVT-5" style="endArrow=openThin;html=1;rounded=0;strokeWidth=0.75;endFill=0;strokeColor=#666666;entryX=0;entryY=0.5;entryDx=0;entryDy=0;exitX=1;exitY=0.5;exitDx=0;exitDy=0;" target="V7DRn1bYesRj_FAgbpVT-7" value="">
          <mxGeometry height="50" relative="1" width="50" as="geometry">
            <mxPoint x="1021" y="695" as="sourcePoint" />
            <mxPoint x="1071" y="645" as="targetPoint" />
          </mxGeometry>
        </mxCell>
        <mxCell id="V7DRn1bYesRj_FAgbpVT-14" edge="1" parent="1" source="V7DRn1bYesRj_FAgbpVT-7" style="endArrow=openThin;html=1;rounded=0;strokeWidth=0.75;endFill=0;strokeColor=#666666;exitX=0.75;exitY=1;exitDx=0;exitDy=0;entryX=0.814;entryY=0;entryDx=0;entryDy=0;entryPerimeter=0;" target="V7DRn1bYesRj_FAgbpVT-8" value="">
          <mxGeometry height="50" relative="1" width="50" as="geometry">
            <mxPoint x="1245" y="652" as="sourcePoint" />
            <mxPoint x="1295" y="602" as="targetPoint" />
          </mxGeometry>
        </mxCell>
        <mxCell id="V7DRn1bYesRj_FAgbpVT-15" edge="1" parent="1" source="V7DRn1bYesRj_FAgbpVT-8" style="endArrow=openThin;html=1;rounded=0;strokeWidth=0.75;endFill=0;strokeColor=#666666;exitX=0;exitY=0.5;exitDx=0;exitDy=0;entryX=1;entryY=0.5;entryDx=0;entryDy=0;" target="V7DRn1bYesRj_FAgbpVT-9" value="">
          <mxGeometry height="50" relative="1" width="50" as="geometry">
            <mxPoint x="1086" y="652" as="sourcePoint" />
            <mxPoint x="1136" y="602" as="targetPoint" />
          </mxGeometry>
        </mxCell>
        <mxCell id="V7DRn1bYesRj_FAgbpVT-16" edge="1" parent="1" source="V7DRn1bYesRj_FAgbpVT-9" style="endArrow=openThin;html=1;rounded=0;strokeWidth=0.75;endFill=0;strokeColor=#666666;exitX=0;exitY=0.5;exitDx=0;exitDy=0;entryX=1;entryY=0.5;entryDx=0;entryDy=0;" target="V7DRn1bYesRj_FAgbpVT-10" value="">
          <mxGeometry height="50" relative="1" width="50" as="geometry">
            <mxPoint x="950" y="652" as="sourcePoint" />
            <mxPoint x="1000" y="602" as="targetPoint" />
          </mxGeometry>
        </mxCell>
        <mxCell id="V7DRn1bYesRj_FAgbpVT-17" edge="1" parent="1" source="V7DRn1bYesRj_FAgbpVT-10" style="endArrow=openThin;html=1;rounded=0;strokeWidth=0.75;endFill=0;strokeColor=#666666;entryX=0.296;entryY=0.028;entryDx=0;entryDy=0;entryPerimeter=0;exitX=0.5;exitY=1;exitDx=0;exitDy=0;" target="V7DRn1bYesRj_FAgbpVT-11" value="">
          <mxGeometry height="50" relative="1" width="50" as="geometry">
            <mxPoint x="911" y="614" as="sourcePoint" />
            <mxPoint x="961" y="564" as="targetPoint" />
          </mxGeometry>
        </mxCell>
        <mxCell id="V7DRn1bYesRj_FAgbpVT-18" parent="1" style="text;html=1;whiteSpace=wrap;strokeColor=none;fillColor=none;align=center;verticalAlign=middle;rounded=0;fontFamily=Comic Sans MS;fontSize=10;" value="&lt;span style=&quot;background-color: rgb(204, 255, 204);&quot;&gt;training data&lt;/span&gt;" vertex="1">
          <mxGeometry height="15" width="60" x="1131" y="641" as="geometry" />
        </mxCell>
        <mxCell id="V7DRn1bYesRj_FAgbpVT-19" parent="1" style="text;html=1;whiteSpace=wrap;strokeColor=none;fillColor=none;align=center;verticalAlign=middle;rounded=0;fontFamily=Comic Sans MS;fontSize=10;" value="&lt;span style=&quot;background-color: rgb(255, 230, 204);&quot;&gt;validation data&lt;/span&gt;" vertex="1">
          <mxGeometry height="15" width="69" x="1188" y="641" as="geometry" />
        </mxCell>
        <mxCell id="V7DRn1bYesRj_FAgbpVT-20" edge="1" parent="1" source="V7DRn1bYesRj_FAgbpVT-7" style="endArrow=blockThin;html=1;rounded=0;strokeColor=#808080;endFill=1;strokeWidth=0.65;exitX=0.5;exitY=1;exitDx=0;exitDy=0;entryX=0.5;entryY=0;entryDx=0;entryDy=0;dashed=1;" target="V7DRn1bYesRj_FAgbpVT-19" value="">
          <mxGeometry height="50" relative="1" width="50" as="geometry">
            <mxPoint x="1105" y="571" as="sourcePoint" />
            <mxPoint x="1080" y="531" as="targetPoint" />
          </mxGeometry>
        </mxCell>
        <mxCell id="V7DRn1bYesRj_FAgbpVT-21" edge="1" parent="1" source="V7DRn1bYesRj_FAgbpVT-7" style="endArrow=blockThin;html=1;rounded=0;strokeColor=#808080;endFill=1;strokeWidth=0.65;exitX=0.5;exitY=1;exitDx=0;exitDy=0;entryX=0.5;entryY=0;entryDx=0;entryDy=0;dashed=1;" target="V7DRn1bYesRj_FAgbpVT-18" value="">
          <mxGeometry height="50" relative="1" width="50" as="geometry">
            <mxPoint x="1105" y="571" as="sourcePoint" />
            <mxPoint x="1080" y="531" as="targetPoint" />
          </mxGeometry>
        </mxCell>
        <mxCell id="V7DRn1bYesRj_FAgbpVT-22" parent="1" style="text;html=1;whiteSpace=wrap;strokeColor=none;fillColor=none;align=center;verticalAlign=middle;rounded=0;fontFamily=Comic Sans MS;fontSize=10;" value="&lt;span style=&quot;background-color: rgb(204, 229, 255);&quot;&gt;Supervised Learning&lt;/span&gt;" vertex="1">
          <mxGeometry height="18" width="100" x="1203" y="711" as="geometry" />
        </mxCell>
        <mxCell id="V7DRn1bYesRj_FAgbpVT-23" parent="1" style="text;html=1;whiteSpace=wrap;strokeColor=none;fillColor=none;align=center;verticalAlign=middle;rounded=0;fontFamily=Comic Sans MS;fontSize=10;" value="&lt;span style=&quot;background-color: rgb(204, 255, 204);&quot;&gt;Unsupervised Learning&lt;/span&gt;" vertex="1">
          <mxGeometry height="21" width="112" x="1203" y="739" as="geometry" />
        </mxCell>
        <mxCell id="V7DRn1bYesRj_FAgbpVT-24" parent="1" style="text;html=1;whiteSpace=wrap;strokeColor=none;fillColor=none;align=center;verticalAlign=middle;rounded=0;fontFamily=Comic Sans MS;fontSize=10;" value="&lt;span style=&quot;background-color: rgb(255, 204, 204);&quot;&gt;Reinforcement Learning&lt;/span&gt;" vertex="1">
          <mxGeometry height="19" width="118" x="1203" y="770" as="geometry" />
        </mxCell>
        <mxCell id="V7DRn1bYesRj_FAgbpVT-25" parent="1" style="text;html=1;whiteSpace=wrap;strokeColor=none;fillColor=none;align=center;verticalAlign=middle;rounded=0;fontFamily=Comic Sans MS;fontSize=10;" value="&lt;span style=&quot;background-color: rgb(255, 255, 204);&quot;&gt;Neural Networks &amp;amp; Deep Learning&lt;/span&gt;" vertex="1">
          <mxGeometry height="18" width="160" x="1203" y="806" as="geometry" />
        </mxCell>
        <mxCell id="V7DRn1bYesRj_FAgbpVT-26" edge="1" parent="1" source="V7DRn1bYesRj_FAgbpVT-8" style="endArrow=blockThin;html=1;rounded=0;strokeColor=#808080;endFill=1;strokeWidth=0.5;exitX=0.25;exitY=1;exitDx=0;exitDy=0;entryX=0;entryY=0.5;entryDx=0;entryDy=0;" target="V7DRn1bYesRj_FAgbpVT-22" value="">
          <mxGeometry height="50" relative="1" width="50" as="geometry">
            <Array as="points">
              <mxPoint x="1187" y="720" />
            </Array>
            <mxPoint x="1169" y="744" as="sourcePoint" />
            <mxPoint x="1273" y="654" as="targetPoint" />
          </mxGeometry>
        </mxCell>
        <mxCell id="V7DRn1bYesRj_FAgbpVT-27" edge="1" parent="1" source="V7DRn1bYesRj_FAgbpVT-8" style="endArrow=blockThin;html=1;rounded=0;strokeColor=#808080;endFill=1;strokeWidth=0.5;entryX=0;entryY=0.5;entryDx=0;entryDy=0;exitX=0.25;exitY=1;exitDx=0;exitDy=0;" target="V7DRn1bYesRj_FAgbpVT-23" value="">
          <mxGeometry height="50" relative="1" width="50" as="geometry">
            <Array as="points">
              <mxPoint x="1187" y="750" />
            </Array>
            <mxPoint x="1186" y="690" as="sourcePoint" />
            <mxPoint x="1260" y="650" as="targetPoint" />
          </mxGeometry>
        </mxCell>
        <mxCell id="V7DRn1bYesRj_FAgbpVT-28" edge="1" parent="1" source="V7DRn1bYesRj_FAgbpVT-8" style="endArrow=blockThin;html=1;rounded=0;strokeColor=#808080;endFill=1;strokeWidth=0.5;exitX=0.25;exitY=1;exitDx=0;exitDy=0;entryX=0;entryY=0.5;entryDx=0;entryDy=0;" target="V7DRn1bYesRj_FAgbpVT-24" value="">
          <mxGeometry height="50" relative="1" width="50" as="geometry">
            <Array as="points">
              <mxPoint x="1187" y="780" />
            </Array>
            <mxPoint x="1176" y="790" as="sourcePoint" />
            <mxPoint x="1280" y="700" as="targetPoint" />
          </mxGeometry>
        </mxCell>
        <mxCell id="V7DRn1bYesRj_FAgbpVT-31" edge="1" parent="1" source="V7DRn1bYesRj_FAgbpVT-8" style="endArrow=blockThin;html=1;rounded=0;strokeColor=#808080;endFill=1;strokeWidth=0.5;exitX=0.25;exitY=1;exitDx=0;exitDy=0;entryX=0;entryY=0.5;entryDx=0;entryDy=0;" target="V7DRn1bYesRj_FAgbpVT-25" value="">
          <mxGeometry height="50" relative="1" width="50" as="geometry">
            <Array as="points">
              <mxPoint x="1187" y="815" />
            </Array>
            <mxPoint x="1136" y="790" as="sourcePoint" />
            <mxPoint x="1240" y="700" as="targetPoint" />
          </mxGeometry>
        </mxCell>
        <mxCell id="V7DRn1bYesRj_FAgbpVT-33" parent="1" style="rounded=0;whiteSpace=wrap;html=1;fontFamily=Comic Sans MS;strokeWidth=0.5;strokeColor=#808080;align=left;verticalAlign=top;fontSize=10;" value="CNN,&amp;nbsp;RNN / LSTM" vertex="1">
          <mxGeometry height="30" width="180" x="1406" y="826" as="geometry" />
        </mxCell>
        <mxCell id="V7DRn1bYesRj_FAgbpVT-35" parent="1" style="rounded=0;whiteSpace=wrap;html=1;fontFamily=Comic Sans MS;strokeWidth=0.5;strokeColor=#808080;align=left;verticalAlign=top;fontSize=10;" value="Q-Learning, Deep Q-Network (DQN)." vertex="1">
          <mxGeometry height="30" width="180" x="1406" y="786" as="geometry" />
        </mxCell>
        <mxCell id="V7DRn1bYesRj_FAgbpVT-36" parent="1" style="rounded=0;whiteSpace=wrap;html=1;fontFamily=Comic Sans MS;strokeWidth=0.5;strokeColor=#808080;align=left;verticalAlign=top;fontSize=10;" value="Clustering :&amp;nbsp;K-Means, DBSCAN&lt;br&gt;Dimensionality Reduction:&amp;nbsp;PCA" vertex="1">
          <mxGeometry height="30" width="180" x="1406" y="739.5" as="geometry" />
        </mxCell>
        <mxCell id="V7DRn1bYesRj_FAgbpVT-37" parent="1" style="rounded=0;whiteSpace=wrap;html=1;fontFamily=Comic Sans MS;strokeWidth=0.5;strokeColor=#808080;align=left;verticalAlign=top;fontSize=10;" value="Regression :&amp;nbsp;Linear Regression&lt;div&gt;Classification : Logistic Regression, Decision Trees, Random Forest,SVM - Support Vector Machine&lt;/div&gt;" vertex="1">
          <mxGeometry height="48" width="220" x="1406" y="679.25" as="geometry" />
        </mxCell>
        <mxCell id="V7DRn1bYesRj_FAgbpVT-39" edge="1" parent="1" source="V7DRn1bYesRj_FAgbpVT-22" style="endArrow=blockThin;html=1;rounded=0;strokeColor=#808080;endFill=1;strokeWidth=0.65;exitX=1;exitY=0.5;exitDx=0;exitDy=0;entryX=0;entryY=0.25;entryDx=0;entryDy=0;dashed=1;" target="V7DRn1bYesRj_FAgbpVT-37" value="">
          <mxGeometry height="50" relative="1" width="50" as="geometry">
            <mxPoint x="1351" y="760" as="sourcePoint" />
            <mxPoint x="1326" y="720" as="targetPoint" />
          </mxGeometry>
        </mxCell>
        <mxCell id="V7DRn1bYesRj_FAgbpVT-40" edge="1" parent="1" source="V7DRn1bYesRj_FAgbpVT-23" style="endArrow=blockThin;html=1;rounded=0;strokeColor=#808080;endFill=1;strokeWidth=0.65;exitX=1;exitY=0.5;exitDx=0;exitDy=0;entryX=0;entryY=0.25;entryDx=0;entryDy=0;dashed=1;" target="V7DRn1bYesRj_FAgbpVT-36" value="">
          <mxGeometry height="50" relative="1" width="50" as="geometry">
            <mxPoint x="1351" y="760" as="sourcePoint" />
            <mxPoint x="1326" y="720" as="targetPoint" />
          </mxGeometry>
        </mxCell>
        <mxCell id="V7DRn1bYesRj_FAgbpVT-41" edge="1" parent="1" source="V7DRn1bYesRj_FAgbpVT-24" style="endArrow=blockThin;html=1;rounded=0;strokeColor=#808080;endFill=1;strokeWidth=0.65;exitX=1;exitY=0.5;exitDx=0;exitDy=0;entryX=0;entryY=0.25;entryDx=0;entryDy=0;dashed=1;" target="V7DRn1bYesRj_FAgbpVT-35" value="">
          <mxGeometry height="50" relative="1" width="50" as="geometry">
            <mxPoint x="1351" y="760" as="sourcePoint" />
            <mxPoint x="1326" y="720" as="targetPoint" />
          </mxGeometry>
        </mxCell>
        <mxCell id="V7DRn1bYesRj_FAgbpVT-42" edge="1" parent="1" source="V7DRn1bYesRj_FAgbpVT-25" style="endArrow=blockThin;html=1;rounded=0;strokeColor=#808080;endFill=1;strokeWidth=0.65;exitX=1;exitY=0.5;exitDx=0;exitDy=0;entryX=0;entryY=0.25;entryDx=0;entryDy=0;dashed=1;" target="V7DRn1bYesRj_FAgbpVT-33" value="">
          <mxGeometry height="50" relative="1" width="50" as="geometry">
            <mxPoint x="1351" y="760" as="sourcePoint" />
            <mxPoint x="1326" y="720" as="targetPoint" />
          </mxGeometry>
        </mxCell>
        <mxCell id="V7DRn1bYesRj_FAgbpVT-44" parent="1" style="rounded=0;whiteSpace=wrap;html=1;fontFamily=Comic Sans MS;strokeWidth=0.5;strokeColor=#808080;align=left;verticalAlign=top;fontSize=10;" value="Feed datasets to the algorithm so it can learn. Continuous training helps the algorithm adjust its weights and improve its predictive capabilities" vertex="1">
          <mxGeometry height="75" width="133" x="1046" y="720" as="geometry" />
        </mxCell>
        <mxCell id="V7DRn1bYesRj_FAgbpVT-45" edge="1" parent="1" source="V7DRn1bYesRj_FAgbpVT-9" style="endArrow=blockThin;html=1;rounded=0;strokeColor=#808080;endFill=1;strokeWidth=0.65;exitX=0.75;exitY=1;exitDx=0;exitDy=0;entryX=0.25;entryY=0;entryDx=0;entryDy=0;dashed=1;" target="V7DRn1bYesRj_FAgbpVT-44" value="">
          <mxGeometry height="50" relative="1" width="50" as="geometry">
            <mxPoint x="1081" y="690" as="sourcePoint" />
            <mxPoint x="1056" y="650" as="targetPoint" />
          </mxGeometry>
        </mxCell>
        <mxCell id="V7DRn1bYesRj_FAgbpVT-46" parent="1" style="rounded=0;whiteSpace=wrap;html=1;fontFamily=Comic Sans MS;strokeWidth=0.5;strokeColor=#808080;align=left;verticalAlign=top;fontSize=10;" value="Adjust the &lt;u&gt;hyperparameters&lt;/u&gt; for optimization, helping the model achieve the highest possible accuracy" vertex="1">
          <mxGeometry height="60" width="130" x="900" y="760" as="geometry" />
        </mxCell>
        <mxCell id="V7DRn1bYesRj_FAgbpVT-47" edge="1" parent="1" source="V7DRn1bYesRj_FAgbpVT-11" style="endArrow=blockThin;html=1;rounded=0;strokeColor=#808080;endFill=1;strokeWidth=0.65;exitX=0.25;exitY=1;exitDx=0;exitDy=0;entryX=0.462;entryY=0.005;entryDx=0;entryDy=0;dashed=1;entryPerimeter=0;" target="V7DRn1bYesRj_FAgbpVT-46" value="">
          <mxGeometry height="50" relative="1" width="50" as="geometry">
            <mxPoint x="1081" y="750" as="sourcePoint" />
            <mxPoint x="961.5" y="760" as="targetPoint" />
          </mxGeometry>
        </mxCell>
        <mxCell id="V7DRn1bYesRj_FAgbpVT-48" parent="1" style="text;html=1;whiteSpace=wrap;strokeColor=none;fillColor=none;align=center;verticalAlign=middle;rounded=0;fontFamily=Comic Sans MS;fontSize=8;" value="&lt;span style=&quot;background-color: rgb(204, 255, 204);&quot;&gt;Input Data&lt;/span&gt;" vertex="1">
          <mxGeometry height="20" width="60" x="916" y="632.25" as="geometry" />
        </mxCell>
        <mxCell id="V7DRn1bYesRj_FAgbpVT-49" parent="1" style="text;html=1;whiteSpace=wrap;strokeColor=none;fillColor=none;align=center;verticalAlign=middle;rounded=0;fontFamily=Comic Sans MS;fontSize=8;" value="&lt;span style=&quot;background-color: rgb(204, 255, 255);&quot;&gt;Problem Statement&lt;/span&gt;" vertex="1">
          <mxGeometry height="20" width="90" x="916" y="621.25" as="geometry" />
        </mxCell>
        <mxCell id="V7DRn1bYesRj_FAgbpVT-50" parent="1" style="text;html=1;whiteSpace=wrap;strokeColor=none;fillColor=none;align=center;verticalAlign=middle;rounded=0;fontFamily=Comic Sans MS;fontSize=8;" value="&lt;span style=&quot;background-color: rgb(255, 230, 204);&quot;&gt;Model Objective / Goal&lt;/span&gt;" vertex="1">
          <mxGeometry height="16.75" width="110.5" x="976.75" y="622.88" as="geometry" />
        </mxCell>
        <mxCell id="V7DRn1bYesRj_FAgbpVT-51" parent="1" style="text;html=1;whiteSpace=wrap;strokeColor=none;fillColor=none;align=center;verticalAlign=middle;rounded=0;fontFamily=Comic Sans MS;fontSize=8;" value="&lt;span style=&quot;background-color: rgb(255, 255, 204);&quot;&gt;Features / Attributes&lt;/span&gt;" vertex="1">
          <mxGeometry height="20" width="100" x="951" y="633" as="geometry" />
        </mxCell>
        <mxCell id="V7DRn1bYesRj_FAgbpVT-52" parent="1" style="text;html=1;whiteSpace=wrap;strokeColor=none;fillColor=none;align=center;verticalAlign=middle;rounded=0;fontFamily=Comic Sans MS;fontSize=8;" value="&lt;span style=&quot;background-color: rgb(255, 204, 230);&quot;&gt;Independent Variables&lt;/span&gt;" vertex="1">
          <mxGeometry height="20" width="100" x="1023" y="633" as="geometry" />
        </mxCell>
        <mxCell id="V7DRn1bYesRj_FAgbpVT-53" parent="1" style="text;html=1;whiteSpace=wrap;strokeColor=none;fillColor=none;align=center;verticalAlign=middle;rounded=0;fontFamily=Comic Sans MS;fontSize=8;" value="&lt;span style=&quot;background-color: rgb(255, 204, 204);&quot;&gt;Target Variable&lt;/span&gt;" vertex="1">
          <mxGeometry height="20" width="60" x="923" y="644" as="geometry" />
        </mxCell>
        <mxCell id="V7DRn1bYesRj_FAgbpVT-54" parent="1" style="text;html=1;whiteSpace=wrap;strokeColor=none;fillColor=none;align=center;verticalAlign=middle;rounded=0;fontFamily=Comic Sans MS;fontSize=8;" value="&lt;span style=&quot;background-color: rgb(204, 255, 204);&quot;&gt;Label&lt;/span&gt;" vertex="1">
          <mxGeometry height="12" width="25" x="976.75" y="648" as="geometry" />
        </mxCell>
        <mxCell id="V7DRn1bYesRj_FAgbpVT-55" parent="1" style="text;html=1;whiteSpace=wrap;strokeColor=none;fillColor=none;align=center;verticalAlign=middle;rounded=0;fontFamily=Comic Sans MS;fontSize=8;" value="&lt;span style=&quot;background-color: rgb(204, 204, 255);&quot;&gt;Expected Output&lt;/span&gt;" vertex="1">
          <mxGeometry height="15" width="65" x="995.5" y="646.5" as="geometry" />
        </mxCell>
        <mxCell id="V7DRn1bYesRj_FAgbpVT-56" parent="1" style="text;html=1;whiteSpace=wrap;strokeColor=none;fillColor=none;align=center;verticalAlign=middle;rounded=0;fontFamily=Comic Sans MS;fontSize=8;" value="&lt;span style=&quot;background-color: rgb(204, 255, 255);&quot;&gt;Dependent Variable&lt;/span&gt;" vertex="1">
          <mxGeometry height="18" width="75" x="1051" y="645" as="geometry" />
        </mxCell>
        <mxCell id="V7DRn1bYesRj_FAgbpVT-57" parent="1" style="text;html=1;whiteSpace=wrap;strokeColor=none;fillColor=none;align=center;verticalAlign=middle;rounded=0;fontFamily=Comic Sans MS;fontSize=8;" value="&lt;span style=&quot;background-color: rgb(204, 255, 204);&quot;&gt;Model artifact&lt;/span&gt;" vertex="1">
          <mxGeometry height="15" width="60" x="1066" y="623.75" as="geometry" />
        </mxCell>
        <mxCell id="V7DRn1bYesRj_FAgbpVT-58" parent="1" style="text;html=1;whiteSpace=wrap;strokeColor=none;fillColor=none;align=center;verticalAlign=middle;rounded=0;fontSize=10;" value="&lt;font face=&quot;Comic Sans MS&quot; style=&quot;background-color: rgb(204, 204, 255);&quot;&gt;Inference&lt;/font&gt;" vertex="1">
          <mxGeometry height="13.5" width="50" x="773" y="575" as="geometry" />
        </mxCell>
      </root>
    </mxGraphModel>
  </diagram>
</mxfile>
